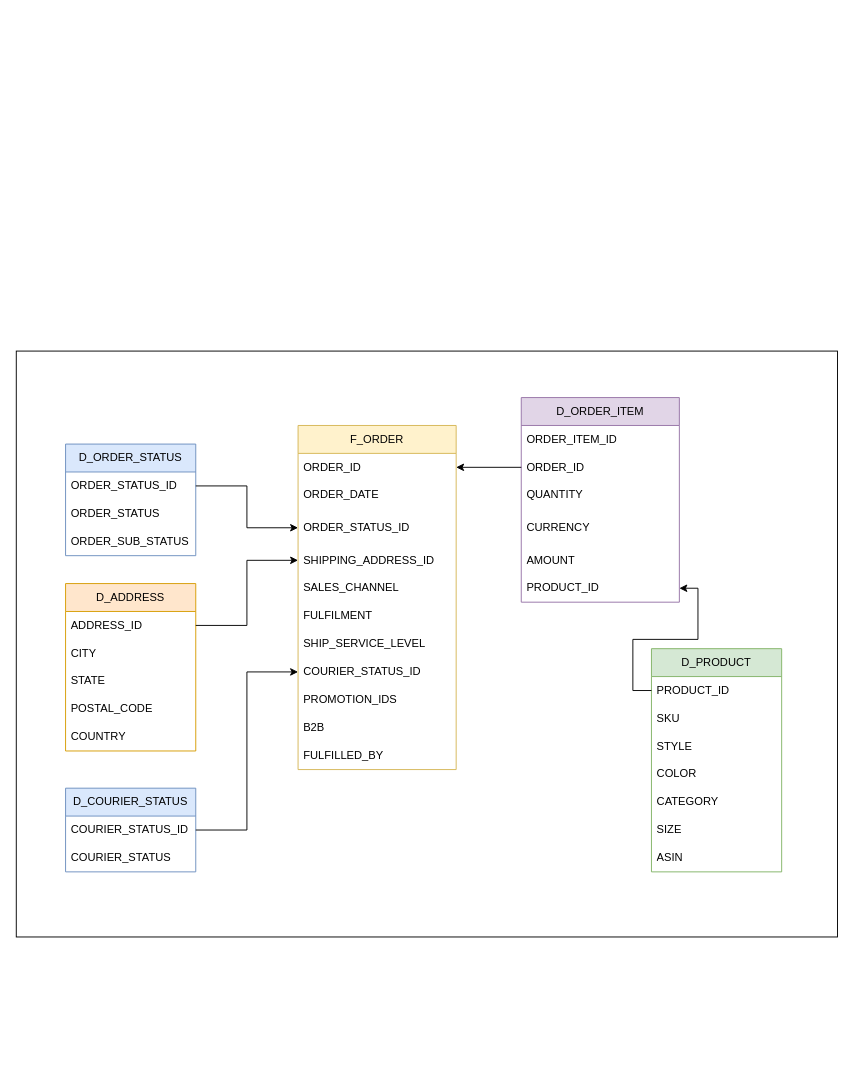
Before: page "Data Model" (2 of 2) of assets/Warehouse_Design.drawio in RobotAnna/DBT-demo, a draw.io diagram. Source tidied: cells renumbered, new cells numbered last; positions are measured from the earlier drawing's top-left corner, leaving out a move shared by most shapes. Both pictures are drawn from the tidied source at 93%, with x=0, y=0 at pixel (16, 351).
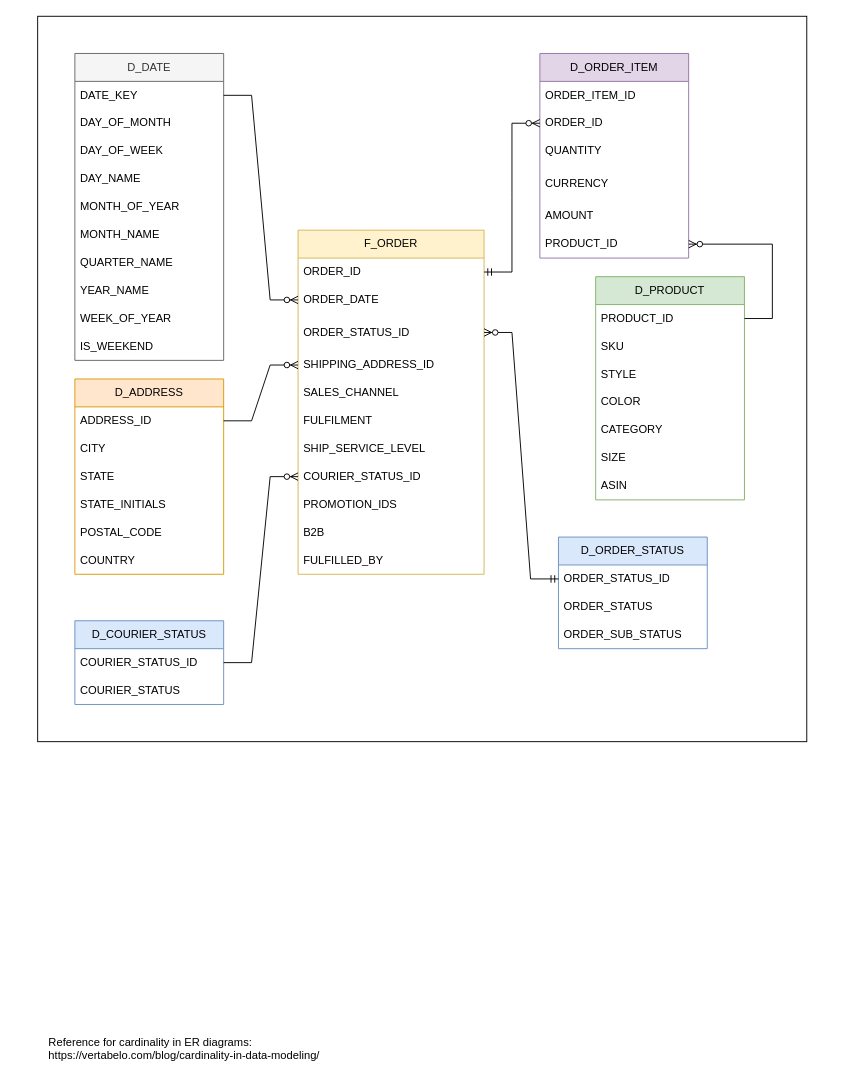
Above is the later version.

Commit message (it also covers changes not shown here):
add reference data

Change to the diagram source:
```diff
@@
     <mxCell id="2" style="rounded=0;whiteSpace=wrap;html=1;" parent="1" vertex="1">
-      <mxGeometry width="883" height="630" as="geometry" />
+      <mxGeometry x="23" y="-360" width="827" height="780" as="geometry" />
     </mxCell>
     <mxCell id="3" value="F_ORDER" style="swimlane;fontStyle=0;horizontal=1;startSize=30;whiteSpace=wrap;html=1;fillColor=#fff2cc;strokeColor=#d6b656;" parent="1" vertex="1">
-      <mxGeometry x="303" y="80" width="170" height="370" as="geometry" />
+      <mxGeometry x="303" y="-130" width="200" height="370" as="geometry" />
     </mxCell>
     <mxCell id="4" value="ORDER_ID" style="text;strokeColor=none;fillColor=none;align=left;verticalAlign=middle;spacingLeft=4;spacingRight=4;overflow=hidden;points=[[0,0.5],[1,0.5]];portConstraint=eastwest;whiteSpace=wrap;html=1;" parent="3" vertex="1">
-      <mxGeometry y="30" width="170" height="30" as="geometry" />
+      <mxGeometry y="30" width="200" height="30" as="geometry" />
     </mxCell>
     <mxCell id="5" value="ORDER_DATE" style="text;strokeColor=none;fillColor=none;align=left;verticalAlign=middle;spacingLeft=4;spacingRight=4;overflow=hidden;points=[[0,0.5],[1,0.5]];portConstraint=eastwest;whiteSpace=wrap;html=1;" parent="3" vertex="1">
-      <mxGeometry y="60" width="170" height="30" as="geometry" />
+      <mxGeometry y="60" width="200" height="30" as="geometry" />
     </mxCell>
     <mxCell id="6" value="ORDER_STATUS_ID" style="text;strokeColor=none;fillColor=none;align=left;verticalAlign=middle;spacingLeft=4;spacingRight=4;overflow=hidden;points=[[0,0.5],[1,0.5]];portConstraint=eastwest;whiteSpace=wrap;html=1;" parent="3" vertex="1">
-      <mxGeometry y="90" width="170" height="40" as="geometry" />
+      <mxGeometry y="90" width="200" height="40" as="geometry" />
     </mxCell>
     <mxCell id="7" value="SHIPPING_ADDRESS_ID" style="text;strokeColor=none;fillColor=none;align=left;verticalAlign=middle;spacingLeft=4;spacingRight=4;overflow=hidden;points=[[0,0.5],[1,0.5]];portConstraint=eastwest;whiteSpace=wrap;html=1;" parent="3" vertex="1">
-      <mxGeometry y="130" width="170" height="30" as="geometry" />
+      <mxGeometry y="130" width="200" height="30" as="geometry" />
     </mxCell>
     <mxCell id="8" value="SALES_CHANNEL" style="text;strokeColor=none;fillColor=none;align=left;verticalAlign=middle;spacingLeft=4;spacingRight=4;overflow=hidden;whiteSpace=wrap;html=1;" parent="3" vertex="1">
-      <mxGeometry y="160" width="170" height="30" as="geometry" />
+      <mxGeometry y="160" width="200" height="30" as="geometry" />
     </mxCell>
     <mxCell id="9" value="FULFILMENT" style="text;strokeColor=none;fillColor=none;align=left;verticalAlign=middle;spacingLeft=4;spacingRight=4;overflow=hidden;whiteSpace=wrap;html=1;" parent="3" vertex="1">
-      <mxGeometry y="190" width="170" height="30" as="geometry" />
+      <mxGeometry y="190" width="200" height="30" as="geometry" />
     </mxCell>
     <mxCell id="10" value="SHIP_SERVICE_LEVEL" style="text;strokeColor=none;fillColor=none;align=left;verticalAlign=middle;spacingLeft=4;spacingRight=4;overflow=hidden;whiteSpace=wrap;html=1;" parent="3" vertex="1">
-      <mxGeometry y="220" width="170" height="30" as="geometry" />
+      <mxGeometry y="220" width="200" height="30" as="geometry" />
     </mxCell>
     <mxCell id="11" value="COURIER_STATUS_ID" style="text;strokeColor=none;fillColor=none;align=left;verticalAlign=middle;spacingLeft=4;spacingRight=4;overflow=hidden;points=[[0,0.5],[1,0.5]];portConstraint=eastwest;whiteSpace=wrap;html=1;" parent="3" vertex="1">
-      <mxGeometry y="250" width="170" height="30" as="geometry" />
+      <mxGeometry y="250" width="200" height="30" as="geometry" />
     </mxCell>
     <mxCell id="12" value="PROMOTION_IDS" style="text;strokeColor=none;fillColor=none;align=left;verticalAlign=middle;spacingLeft=4;spacingRight=4;overflow=hidden;whiteSpace=wrap;html=1;" parent="3" vertex="1">
-      <mxGeometry y="280" width="170" height="30" as="geometry" />
+      <mxGeometry y="280" width="200" height="30" as="geometry" />
     </mxCell>
     <mxCell id="13" value="B2B" style="text;strokeColor=none;fillColor=none;align=left;verticalAlign=middle;spacingLeft=4;spacingRight=4;overflow=hidden;whiteSpace=wrap;html=1;" parent="3" vertex="1">
-      <mxGeometry y="310" width="170" height="30" as="geometry" />
+      <mxGeometry y="310" width="200" height="30" as="geometry" />
     </mxCell>
     <mxCell id="14" value="FULFILLED_BY" style="text;strokeColor=none;fillColor=none;align=left;verticalAlign=middle;spacingLeft=4;spacingRight=4;overflow=hidden;whiteSpace=wrap;html=1;" parent="3" vertex="1">
-      <mxGeometry y="340" width="170" height="30" as="geometry" />
+      <mxGeometry y="340" width="200" height="30" as="geometry" />
     </mxCell>
     <mxCell id="15" value="D_ORDER_STATUS" style="swimlane;fontStyle=0;horizontal=1;startSize=30;whiteSpace=wrap;html=1;fillColor=#dae8fc;strokeColor=#6c8ebf;" parent="1" vertex="1">
-      <mxGeometry x="53" y="100" width="140" height="120" as="geometry" />
+      <mxGeometry x="583" y="200" width="160" height="120" as="geometry" />
     </mxCell>
     <mxCell id="16" value="ORDER_STATUS_ID" style="text;strokeColor=none;fillColor=none;align=left;verticalAlign=middle;spacingLeft=4;spacingRight=4;overflow=hidden;points=[[0,0.5],[1,0.5]];portConstraint=eastwest;whiteSpace=wrap;html=1;" parent="15" vertex="1">
-      <mxGeometry y="30" width="140" height="30" as="geometry" />
+      <mxGeometry y="30" width="160" height="30" as="geometry" />
     </mxCell>
     <mxCell id="17" value="ORDER_STATUS" style="text;strokeColor=none;fillColor=none;align=left;verticalAlign=middle;spacingLeft=4;spacingRight=4;overflow=hidden;whiteSpace=wrap;html=1;" parent="15" vertex="1">
-      <mxGeometry y="60" width="140" height="30" as="geometry" />
+      <mxGeometry y="60" width="160" height="30" as="geometry" />
     </mxCell>
     <mxCell id="18" value="ORDER_SUB_STATUS" style="text;strokeColor=none;fillColor=none;align=left;verticalAlign=middle;spacingLeft=4;spacingRight=4;overflow=hidden;whiteSpace=wrap;html=1;" parent="15" vertex="1">
-      <mxGeometry y="90" width="140" height="30" as="geometry" />
+      <mxGeometry y="90" width="160" height="30" as="geometry" />
     </mxCell>
     <mxCell id="19" value="D_PRODUCT" style="swimlane;fontStyle=0;horizontal=1;startSize=30;whiteSpace=wrap;html=1;fillColor=#d5e8d4;strokeColor=#82b366;" parent="1" vertex="1">
-      <mxGeometry x="683" y="320" width="140" height="240" as="geometry" />
+      <mxGeometry x="623" y="-80" width="160" height="240" as="geometry" />
     </mxCell>
     <mxCell id="20" value="PRODUCT_ID" style="text;strokeColor=none;fillColor=none;align=left;verticalAlign=middle;spacingLeft=4;spacingRight=4;overflow=hidden;points=[[0,0.5],[1,0.5]];portConstraint=eastwest;whiteSpace=wrap;html=1;" parent="19" vertex="1">
-      <mxGeometry y="30" width="140" height="30" as="geometry" />
+      <mxGeometry y="30" width="160" height="30" as="geometry" />
     </mxCell>
     <mxCell id="21" value="SKU" style="text;strokeColor=none;fillColor=none;align=left;verticalAlign=middle;spacingLeft=4;spacingRight=4;overflow=hidden;whiteSpace=wrap;html=1;" parent="19" vertex="1">
-      <mxGeometry y="60" width="140" height="30" as="geometry" />
+      <mxGeometry y="60" width="160" height="30" as="geometry" />
     </mxCell>
     <mxCell id="22" value="STYLE" style="text;strokeColor=none;fillColor=none;align=left;verticalAlign=middle;spacingLeft=4;spacingRight=4;overflow=hidden;whiteSpace=wrap;html=1;" parent="19" vertex="1">
-      <mxGeometry y="90" width="140" height="30" as="geometry" />
+      <mxGeometry y="90" width="160" height="30" as="geometry" />
     </mxCell>
     <mxCell id="23" value="COLOR" style="text;strokeColor=none;fillColor=none;align=left;verticalAlign=middle;spacingLeft=4;spacingRight=4;overflow=hidden;whiteSpace=wrap;html=1;" parent="19" vertex="1">
-      <mxGeometry y="120" width="140" height="30" as="geometry" />
+      <mxGeometry y="120" width="160" height="30" as="geometry" />
     </mxCell>
     <mxCell id="24" value="CATEGORY" style="text;strokeColor=none;fillColor=none;align=left;verticalAlign=middle;spacingLeft=4;spacingRight=4;overflow=hidden;whiteSpace=wrap;html=1;" parent="19" vertex="1">
-      <mxGeometry y="150" width="140" height="30" as="geometry" />
+      <mxGeometry y="150" width="160" height="30" as="geometry" />
     </mxCell>
     <mxCell id="25" value="SIZE" style="text;strokeColor=none;fillColor=none;align=left;verticalAlign=middle;spacingLeft=4;spacingRight=4;overflow=hidden;whiteSpace=wrap;html=1;" parent="19" vertex="1">
-      <mxGeometry y="180" width="140" height="30" as="geometry" />
+      <mxGeometry y="180" width="160" height="30" as="geometry" />
     </mxCell>
     <mxCell id="26" value="ASIN" style="text;strokeColor=none;fillColor=none;align=left;verticalAlign=middle;spacingLeft=4;spacingRight=4;overflow=hidden;whiteSpace=wrap;html=1;" parent="19" vertex="1">
-      <mxGeometry y="210" width="140" height="30" as="geometry" />
+      <mxGeometry y="210" width="160" height="30" as="geometry" />
     </mxCell>
     <mxCell id="27" value="D_ADDRESS" style="swimlane;fontStyle=0;horizontal=1;startSize=30;whiteSpace=wrap;html=1;fillColor=#ffe6cc;strokeColor=#d79b00;" parent="1" vertex="1">
-      <mxGeometry x="53" y="250" width="140" height="180" as="geometry" />
+      <mxGeometry x="63" y="30" width="160" height="210" as="geometry" />
     </mxCell>
     <mxCell id="28" value="ADDRESS_ID" style="text;strokeColor=none;fillColor=none;align=left;verticalAlign=middle;spacingLeft=4;spacingRight=4;overflow=hidden;points=[[0,0.5],[1,0.5]];portConstraint=eastwest;whiteSpace=wrap;html=1;" parent="27" vertex="1">
-      <mxGeometry y="30" width="140" height="30" as="geometry" />
+      <mxGeometry y="30" width="160" height="30" as="geometry" />
     </mxCell>
     <mxCell id="29" value="CITY" style="text;strokeColor=none;fillColor=none;align=left;verticalAlign=middle;spacingLeft=4;spacingRight=4;overflow=hidden;whiteSpace=wrap;html=1;" parent="27" vertex="1">
-      <mxGeometry y="60" width="140" height="30" as="geometry" />
+      <mxGeometry y="60" width="160" height="30" as="geometry" />
     </mxCell>
     <mxCell id="30" value="STATE" style="text;strokeColor=none;fillColor=none;align=left;verticalAlign=middle;spacingLeft=4;spacingRight=4;overflow=hidden;whiteSpace=wrap;html=1;" parent="27" vertex="1">
-      <mxGeometry y="90" width="140" height="30" as="geometry" />
+      <mxGeometry y="90" width="160" height="30" as="geometry" />
     </mxCell>
+    <mxCell id="48" value="STATE_INITIALS" style="text;strokeColor=none;fillColor=none;align=left;verticalAlign=middle;spacingLeft=4;spacingRight=4;overflow=hidden;whiteSpace=wrap;html=1;" parent="27" vertex="1">
+      <mxGeometry y="120" width="160" height="30" as="geometry" />
+    </mxCell>
     <mxCell id="31" value="POSTAL_CODE" style="text;strokeColor=none;fillColor=none;align=left;verticalAlign=middle;spacingLeft=4;spacingRight=4;overflow=hidden;whiteSpace=wrap;html=1;" parent="27" vertex="1">
-      <mxGeometry y="120" width="140" height="30" as="geometry" />
+      <mxGeometry y="150" width="160" height="30" as="geometry" />
     </mxCell>
     <mxCell id="32" value="COUNTRY" style="text;strokeColor=none;fillColor=none;align=left;verticalAlign=middle;spacingLeft=4;spacingRight=4;overflow=hidden;whiteSpace=wrap;html=1;" parent="27" vertex="1">
-      <mxGeometry y="150" width="140" height="30" as="geometry" />
+      <mxGeometry y="180" width="160" height="30" as="geometry" />
     </mxCell>
     <mxCell id="33" value="D_ORDER_ITEM" style="swimlane;fontStyle=0;horizontal=1;startSize=30;whiteSpace=wrap;html=1;fillColor=#e1d5e7;strokeColor=#9673a6;" parent="1" vertex="1">
-      <mxGeometry x="543" y="50" width="170" height="220" as="geometry" />
+      <mxGeometry x="563" y="-320" width="160" height="220" as="geometry" />
     </mxCell>
     <mxCell id="34" value="ORDER_ITEM_ID" style="text;strokeColor=none;fillColor=none;align=left;verticalAlign=middle;spacingLeft=4;spacingRight=4;overflow=hidden;whiteSpace=wrap;html=1;" parent="33" vertex="1">
-      <mxGeometry y="30" width="170" height="30" as="geometry" />
+      <mxGeometry y="30" width="160" height="30" as="geometry" />
     </mxCell>
     <mxCell id="35" value="ORDER_ID" style="text;strokeColor=none;fillColor=none;align=left;verticalAlign=middle;spacingLeft=4;spacingRight=4;overflow=hidden;points=[[0,0.5],[1,0.5]];portConstraint=eastwest;whiteSpace=wrap;html=1;" parent="33" vertex="1">
-      <mxGeometry y="60" width="170" height="30" as="geometry" />
+      <mxGeometry y="60" width="160" height="30" as="geometry" />
     </mxCell>
     <mxCell id="36" value="QUANTITY" style="text;strokeColor=none;fillColor=none;align=left;verticalAlign=middle;spacingLeft=4;spacingRight=4;overflow=hidden;whiteSpace=wrap;html=1;" parent="33" vertex="1">
-      <mxGeometry y="90" width="170" height="30" as="geometry" />
+      <mxGeometry y="90" width="160" height="30" as="geometry" />
     </mxCell>
     <mxCell id="37" value="CURRENCY" style="text;strokeColor=none;fillColor=none;align=left;verticalAlign=middle;spacingLeft=4;spacingRight=4;overflow=hidden;whiteSpace=wrap;html=1;" parent="33" vertex="1">
-      <mxGeometry y="120" width="170" height="40" as="geometry" />
+      <mxGeometry y="120" width="160" height="40" as="geometry" />
     </mxCell>
     <mxCell id="38" value="AMOUNT" style="text;strokeColor=none;fillColor=none;align=left;verticalAlign=middle;spacingLeft=4;spacingRight=4;overflow=hidden;whiteSpace=wrap;html=1;" parent="33" vertex="1">
-      <mxGeometry y="160" width="170" height="30" as="geometry" />
+      <mxGeometry y="160" width="160" height="30" as="geometry" />
     </mxCell>
     <mxCell id="39" value="PRODUCT_ID" style="text;strokeColor=none;fillColor=none;align=left;verticalAlign=middle;spacingLeft=4;spacingRight=4;overflow=hidden;points=[[0,0.5],[1,0.5]];portConstraint=eastwest;whiteSpace=wrap;html=1;" parent="33" vertex="1">
-      <mxGeometry y="190" width="170" height="30" as="geometry" />
+      <mxGeometry y="190" width="160" height="30" as="geometry" />
     </mxCell>
     <mxCell id="40" value="D_COURIER_STATUS" style="swimlane;fontStyle=0;horizontal=1;startSize=30;whiteSpace=wrap;html=1;fillColor=#dae8fc;strokeColor=#6c8ebf;" parent="1" vertex="1">
-      <mxGeometry x="53" y="470" width="140" height="90" as="geometry" />
+      <mxGeometry x="63" y="290" width="160" height="90" as="geometry" />
     </mxCell>
     <mxCell id="41" value="COURIER_STATUS_ID" style="text;strokeColor=none;fillColor=none;align=left;verticalAlign=middle;spacingLeft=4;spacingRight=4;overflow=hidden;points=[[0,0.5],[1,0.5]];portConstraint=eastwest;whiteSpace=wrap;html=1;" parent="40" vertex="1">
-      <mxGeometry y="30" width="140" height="30" as="geometry" />
+      <mxGeometry y="30" width="160" height="30" as="geometry" />
     </mxCell>
     <mxCell id="42" value="COURIER_STATUS" style="text;strokeColor=none;fillColor=none;align=left;verticalAlign=middle;spacingLeft=4;spacingRight=4;overflow=hidden;whiteSpace=wrap;html=1;" parent="40" vertex="1">
-      <mxGeometry y="60" width="140" height="30" as="geometry" />
+      <mxGeometry y="60" width="160" height="30" as="geometry" />
     </mxCell>
+    <mxCell id="44" style="edgeStyle=entityRelationEdgeStyle;fontSize=12;html=1;endArrow=ERzeroToMany;startArrow=ERmandOne;rounded=0;exitX=0;exitY=0.5;exitDx=0;exitDy=0;" parent="1" edge="1" source="16" target="6">
+      <mxGeometry relative="1" as="geometry" />
+    </mxCell>
+    <mxCell id="49" value="Reference for cardinality in ER diagrams:&#10;https://vertabelo.com/blog/cardinality-in-data-modeling/" style="text;whiteSpace=wrap;" parent="1" vertex="1">
+      <mxGeometry x="33" y="730" width="320" height="40" as="geometry" />
+    </mxCell>
+    <mxCell id="45" style="edgeStyle=entityRelationEdgeStyle;fontSize=12;html=1;endArrow=ERzeroToMany;endFill=1;rounded=0;exitX=1;exitY=0.5;exitDx=0;exitDy=0;entryX=0;entryY=0.5;entryDx=0;entryDy=0;" parent="1" edge="1" source="28" target="7">
+      <mxGeometry relative="1" as="geometry" />
+    </mxCell>
+    <mxCell id="47" style="edgeStyle=entityRelationEdgeStyle;fontSize=12;html=1;endArrow=ERzeroToMany;endFill=1;rounded=0;exitX=1;exitY=0.5;exitDx=0;exitDy=0;entryX=0;entryY=0.5;entryDx=0;entryDy=0;" parent="1" edge="1" source="41" target="11">
+      <mxGeometry relative="1" as="geometry" />
+    </mxCell>
+    <mxCell id="50" style="edgeStyle=entityRelationEdgeStyle;fontSize=12;html=1;endArrow=ERzeroToMany;startArrow=ERmandOne;rounded=0;exitX=1;exitY=0.5;exitDx=0;exitDy=0;entryX=0;entryY=0.5;entryDx=0;entryDy=0;" parent="1" edge="1" source="4" target="35">
+      <mxGeometry relative="1" as="geometry">
+        <Array as="points">
+          <mxPoint x="523" y="-320" />
+        </Array>
+      </mxGeometry>
+    </mxCell>
-    <mxCell id="43" style="edgeStyle=orthogonalEdgeStyle;rounded=0;jettySize=auto;html=1;exitX=0;exitY=0.5;exitDx=0;exitDy=0;entryX=1;entryY=0.5;entryDx=0;entryDy=0;" parent="1" edge="1" source="20" target="39">
+    <mxCell id="43" style="edgeStyle=entityRelationEdgeStyle;fontSize=12;html=1;endArrow=ERzeroToMany;endFill=1;rounded=0;entryX=1;entryY=0.5;entryDx=0;entryDy=0;" parent="1" edge="1" source="20" target="39">
       <mxGeometry relative="1" as="geometry" />
     </mxCell>
-    <mxCell id="44" style="edgeStyle=orthogonalEdgeStyle;rounded=0;jettySize=auto;html=1;exitX=1;exitY=0.5;exitDx=0;exitDy=0;" parent="1" edge="1" source="16" target="6">
-      <mxGeometry relative="1" as="geometry" />
-    </mxCell>
-    <mxCell id="45" style="edgeStyle=orthogonalEdgeStyle;rounded=0;jettySize=auto;html=1;exitX=1;exitY=0.5;exitDx=0;exitDy=0;entryX=0;entryY=0.5;entryDx=0;entryDy=0;" parent="1" edge="1" source="28" target="7">
-      <mxGeometry relative="1" as="geometry" />
-    </mxCell>
-    <mxCell id="46" style="edgeStyle=orthogonalEdgeStyle;rounded=0;jettySize=auto;html=1;exitX=0;exitY=0.5;exitDx=0;exitDy=0;entryX=1;entryY=0.5;entryDx=0;entryDy=0;" parent="1" edge="1" source="35" target="4">
-      <mxGeometry relative="1" as="geometry" />
-    </mxCell>
-    <mxCell id="47" style="edgeStyle=orthogonalEdgeStyle;rounded=0;jettySize=auto;html=1;exitX=1;exitY=0.5;exitDx=0;exitDy=0;" parent="1" edge="1" source="41" target="11">
-      <mxGeometry relative="1" as="geometry" />
-    </mxCell>
+    <mxCell id="51" value="D_DATE" style="swimlane;fontStyle=0;horizontal=1;startSize=30;whiteSpace=wrap;html=1;fillColor=#f5f5f5;strokeColor=#666666;fontColor=#333333;" parent="1" vertex="1">
+      <mxGeometry x="63" y="-320" width="160" height="330" as="geometry" />
+    </mxCell>
+    <mxCell id="52" value="DATE_KEY" style="text;strokeColor=none;fillColor=none;align=left;verticalAlign=middle;spacingLeft=4;spacingRight=4;overflow=hidden;points=[[0,0.5],[1,0.5]];portConstraint=eastwest;whiteSpace=wrap;html=1;" parent="51" vertex="1">
+      <mxGeometry y="30" width="160" height="30" as="geometry" />
+    </mxCell>
+    <mxCell id="53" value="DAY_OF_MONTH" style="text;strokeColor=none;fillColor=none;align=left;verticalAlign=middle;spacingLeft=4;spacingRight=4;overflow=hidden;whiteSpace=wrap;html=1;" parent="51" vertex="1">
+      <mxGeometry y="60" width="160" height="30" as="geometry" />
+    </mxCell>
+    <mxCell id="54" value="DAY_OF_WEEK" style="text;strokeColor=none;fillColor=none;align=left;verticalAlign=middle;spacingLeft=4;spacingRight=4;overflow=hidden;whiteSpace=wrap;html=1;" parent="51" vertex="1">
+      <mxGeometry y="90" width="160" height="30" as="geometry" />
+    </mxCell>
+    <mxCell id="55" value="DAY_NAME" style="text;strokeColor=none;fillColor=none;align=left;verticalAlign=middle;spacingLeft=4;spacingRight=4;overflow=hidden;whiteSpace=wrap;html=1;" parent="51" vertex="1">
+      <mxGeometry y="120" width="160" height="30" as="geometry" />
+    </mxCell>
+    <mxCell id="56" value="MONTH_OF_YEAR" style="text;strokeColor=none;fillColor=none;align=left;verticalAlign=middle;spacingLeft=4;spacingRight=4;overflow=hidden;whiteSpace=wrap;html=1;" parent="51" vertex="1">
+      <mxGeometry y="150" width="160" height="30" as="geometry" />
+    </mxCell>
+    <mxCell id="57" value="MONTH_NAME" style="text;strokeColor=none;fillColor=none;align=left;verticalAlign=middle;spacingLeft=4;spacingRight=4;overflow=hidden;whiteSpace=wrap;html=1;" parent="51" vertex="1">
+      <mxGeometry y="180" width="160" height="30" as="geometry" />
+    </mxCell>
+    <mxCell id="58" value="QUARTER_NAME" style="text;strokeColor=none;fillColor=none;align=left;verticalAlign=middle;spacingLeft=4;spacingRight=4;overflow=hidden;whiteSpace=wrap;html=1;" parent="51" vertex="1">
+      <mxGeometry y="210" width="160" height="30" as="geometry" />
+    </mxCell>
+    <mxCell id="59" value="YEAR_NAME" style="text;strokeColor=none;fillColor=none;align=left;verticalAlign=middle;spacingLeft=4;spacingRight=4;overflow=hidden;whiteSpace=wrap;html=1;" parent="51" vertex="1">
+      <mxGeometry y="240" width="160" height="30" as="geometry" />
+    </mxCell>
+    <mxCell id="60" value="WEEK_OF_YEAR" style="text;strokeColor=none;fillColor=none;align=left;verticalAlign=middle;spacingLeft=4;spacingRight=4;overflow=hidden;whiteSpace=wrap;html=1;" parent="51" vertex="1">
+      <mxGeometry y="270" width="160" height="30" as="geometry" />
+    </mxCell>
+    <mxCell id="61" value="IS_WEEKEND" style="text;strokeColor=none;fillColor=none;align=left;verticalAlign=middle;spacingLeft=4;spacingRight=4;overflow=hidden;whiteSpace=wrap;html=1;" parent="51" vertex="1">
+      <mxGeometry y="300" width="160" height="30" as="geometry" />
+    </mxCell>
+    <mxCell id="62" style="edgeStyle=entityRelationEdgeStyle;fontSize=12;html=1;endArrow=ERzeroToMany;endFill=1;rounded=0;entryX=0;entryY=0.5;entryDx=0;entryDy=0;" parent="1" edge="1" source="52" target="5">
+      <mxGeometry relative="1" as="geometry" />
+    </mxCell>
```
